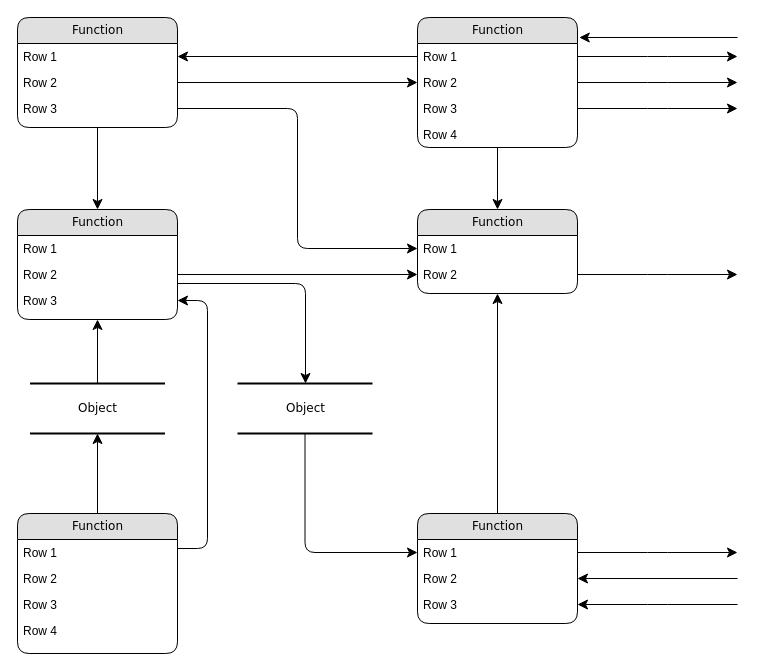
The draw.io diagram Untitled Diagram.drawio in redhorivai/flowdb_auditsemenbaturaja, before the edit. Source tidied: cells renumbered, new cells numbered last; positions are measured from the earlier drawing's top-left corner, leaving out a move shared by most shapes. Both pictures are drawn from the tidied source at 100%, with x=0, y=0 at pixel (17, 17).
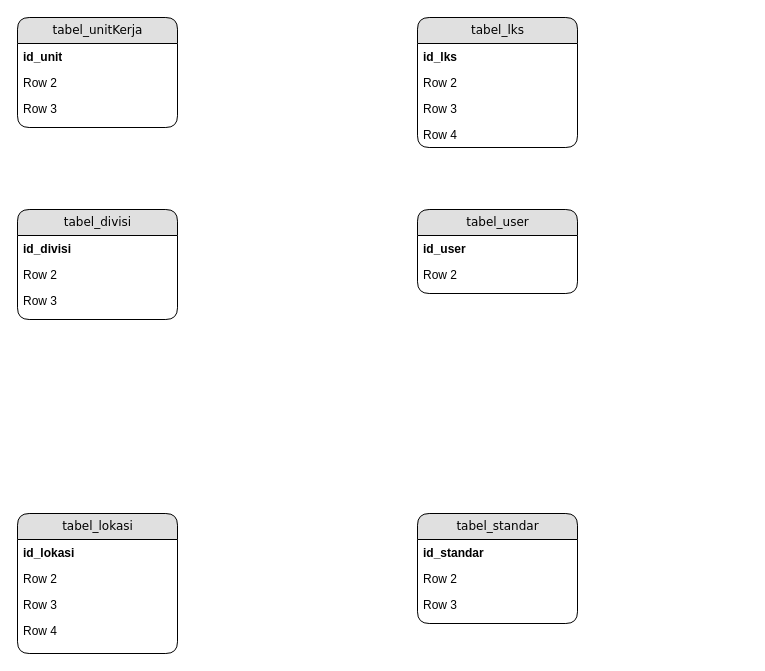
The same page after the edit.

Commit message:
dbflow_audit_semenbaturaja

The change refers to these unchanged cells:
```xml
<mxCell id="5" value="Row 2" style="text;html=1;strokeColor=none;fillColor=none;spacingLeft=4;spacingRight=4;whiteSpace=wrap;overflow=hidden;points=[[0,0.5],[1,0.5]];portConstraint=eastwest;" parent="3" vertex="1">
  <mxGeometry y="52" width="160" height="26" as="geometry" />
</mxCell>
<mxCell id="6" value="Row 3" style="text;html=1;strokeColor=none;fillColor=none;spacingLeft=4;spacingRight=4;whiteSpace=wrap;overflow=hidden;points=[[0,0.5],[1,0.5]];portConstraint=eastwest;" parent="3" vertex="1">
  <mxGeometry y="78" width="160" height="26" as="geometry" />
</mxCell>
<mxCell id="9" value="Row 2" style="text;html=1;strokeColor=none;fillColor=none;spacingLeft=4;spacingRight=4;whiteSpace=wrap;overflow=hidden;points=[[0,0.5],[1,0.5]];portConstraint=eastwest;" parent="7" vertex="1">
  <mxGeometry y="52" width="160" height="26" as="geometry" />
</mxCell>
<mxCell id="10" value="Row 3" style="text;html=1;strokeColor=none;fillColor=none;spacingLeft=4;spacingRight=4;whiteSpace=wrap;overflow=hidden;points=[[0,0.5],[1,0.5]];portConstraint=eastwest;" parent="7" vertex="1">
  <mxGeometry y="78" width="160" height="26" as="geometry" />
</mxCell>
<mxCell id="14" value="Row 2" style="text;html=1;strokeColor=none;fillColor=none;spacingLeft=4;spacingRight=4;whiteSpace=wrap;overflow=hidden;points=[[0,0.5],[1,0.5]];portConstraint=eastwest;" parent="12" vertex="1">
  <mxGeometry y="52" width="160" height="26" as="geometry" />
</mxCell>
<mxCell id="15" value="Row 3" style="text;html=1;strokeColor=none;fillColor=none;spacingLeft=4;spacingRight=4;whiteSpace=wrap;overflow=hidden;points=[[0,0.5],[1,0.5]];portConstraint=eastwest;" parent="12" vertex="1">
  <mxGeometry y="78" width="160" height="26" as="geometry" />
</mxCell>
<mxCell id="23" value="Row 2" style="text;html=1;strokeColor=none;fillColor=none;spacingLeft=4;spacingRight=4;whiteSpace=wrap;overflow=hidden;points=[[0,0.5],[1,0.5]];portConstraint=eastwest;" parent="21" vertex="1">
  <mxGeometry y="52" width="160" height="26" as="geometry" />
</mxCell>
<mxCell id="26" value="Row 2" style="text;html=1;strokeColor=none;fillColor=none;spacingLeft=4;spacingRight=4;whiteSpace=wrap;overflow=hidden;points=[[0,0.5],[1,0.5]];portConstraint=eastwest;" parent="24" vertex="1">
  <mxGeometry y="52" width="160" height="26" as="geometry" />
</mxCell>
<mxCell id="27" value="Row 3" style="text;html=1;strokeColor=none;fillColor=none;spacingLeft=4;spacingRight=4;whiteSpace=wrap;overflow=hidden;points=[[0,0.5],[1,0.5]];portConstraint=eastwest;" parent="24" vertex="1">
  <mxGeometry y="78" width="160" height="26" as="geometry" />
</mxCell>
```

What changed in the source:
```diff
@@
-    <mxCell id="2" value="Object" style="html=1;rounded=0;shadow=0;comic=0;labelBackgroundColor=none;strokeWidth=2;fontFamily=Verdana;fontSize=12;align=center;shape=mxgraph.ios7ui.horLines;" parent="1" vertex="1">
-      <mxGeometry x="12.5" y="366" width="135" height="50" as="geometry" />
-    </mxCell>
-    <mxCell id="3" value="Function" style="swimlane;html=1;fontStyle=0;horizontal=1;startSize=26;fillColor=#e0e0e0;swimlaneFillColor=#ffffff;align=center;rounded=1;shadow=0;comic=0;labelBackgroundColor=none;strokeWidth=1;fontFamily=Verdana;fontSize=12;" parent="1" vertex="1">
+    <mxCell id="3" value="tabel_unitKerja" style="swimlane;html=1;fontStyle=0;horizontal=1;startSize=26;fillColor=#e0e0e0;swimlaneFillColor=#ffffff;align=center;rounded=1;shadow=0;comic=0;labelBackgroundColor=none;strokeWidth=1;fontFamily=Verdana;fontSize=12;" parent="1" vertex="1">
       <mxGeometry width="160" height="110" as="geometry" />
     </mxCell>
-    <mxCell id="4" value="Row 1" style="text;html=1;strokeColor=none;fillColor=none;spacingLeft=4;spacingRight=4;whiteSpace=wrap;overflow=hidden;points=[[0,0.5],[1,0.5]];portConstraint=eastwest;" parent="3" vertex="1">
+    <mxCell id="4" value="&lt;b&gt;id_unit&lt;/b&gt;" style="text;html=1;strokeColor=none;fillColor=none;spacingLeft=4;spacingRight=4;whiteSpace=wrap;overflow=hidden;points=[[0,0.5],[1,0.5]];portConstraint=eastwest;" parent="3" vertex="1">
       <mxGeometry y="26" width="160" height="26" as="geometry" />
     </mxCell>
@@
-    <mxCell id="7" value="Function" style="swimlane;html=1;fontStyle=0;horizontal=1;startSize=26;fillColor=#e0e0e0;swimlaneFillColor=#ffffff;align=center;rounded=1;shadow=0;comic=0;labelBackgroundColor=none;strokeWidth=1;fontFamily=Verdana;fontSize=12;" parent="1" vertex="1">
+    <mxCell id="7" value="tabel_lks" style="swimlane;html=1;fontStyle=0;horizontal=1;startSize=26;fillColor=#e0e0e0;swimlaneFillColor=#ffffff;align=center;rounded=1;shadow=0;comic=0;labelBackgroundColor=none;strokeWidth=1;fontFamily=Verdana;fontSize=12;" parent="1" vertex="1">
       <mxGeometry x="400" width="160" height="130" as="geometry" />
     </mxCell>
-    <mxCell id="8" value="Row 1" style="text;html=1;strokeColor=none;fillColor=none;spacingLeft=4;spacingRight=4;whiteSpace=wrap;overflow=hidden;points=[[0,0.5],[1,0.5]];portConstraint=eastwest;" parent="7" vertex="1">
+    <mxCell id="8" value="&lt;b&gt;id_lks&lt;/b&gt;" style="text;html=1;strokeColor=none;fillColor=none;spacingLeft=4;spacingRight=4;whiteSpace=wrap;overflow=hidden;points=[[0,0.5],[1,0.5]];portConstraint=eastwest;" parent="7" vertex="1">
       <mxGeometry y="26" width="160" height="26" as="geometry" />
     </mxCell>
@@
-    <mxCell id="12" value="Function" style="swimlane;html=1;fontStyle=0;horizontal=1;startSize=26;fillColor=#e0e0e0;swimlaneFillColor=#ffffff;align=center;rounded=1;shadow=0;comic=0;labelBackgroundColor=none;strokeWidth=1;fontFamily=Verdana;fontSize=12;" parent="1" vertex="1">
+    <mxCell id="12" value="tabel_divisi" style="swimlane;html=1;fontStyle=0;horizontal=1;startSize=26;fillColor=#e0e0e0;swimlaneFillColor=#ffffff;align=center;rounded=1;shadow=0;comic=0;labelBackgroundColor=none;strokeWidth=1;fontFamily=Verdana;fontSize=12;" parent="1" vertex="1">
       <mxGeometry y="192" width="160" height="110" as="geometry" />
     </mxCell>
-    <mxCell id="13" value="Row 1" style="text;html=1;strokeColor=none;fillColor=none;spacingLeft=4;spacingRight=4;whiteSpace=wrap;overflow=hidden;" parent="12" vertex="1">
+    <mxCell id="13" value="&lt;b&gt;id_divisi&lt;/b&gt;" style="text;html=1;strokeColor=none;fillColor=none;spacingLeft=4;spacingRight=4;whiteSpace=wrap;overflow=hidden;" parent="12" vertex="1">
       <mxGeometry y="26" width="160" height="26" as="geometry" />
     </mxCell>
@@
-    <mxCell id="16" value="Function" style="swimlane;html=1;fontStyle=0;horizontal=1;startSize=26;fillColor=#e0e0e0;swimlaneFillColor=#ffffff;align=center;rounded=1;shadow=0;comic=0;labelBackgroundColor=none;strokeWidth=1;fontFamily=Verdana;fontSize=12;" parent="1" vertex="1">
+    <mxCell id="16" value="tabel_lokasi" style="swimlane;html=1;fontStyle=0;horizontal=1;startSize=26;fillColor=#e0e0e0;swimlaneFillColor=#ffffff;align=center;rounded=1;shadow=0;comic=0;labelBackgroundColor=none;strokeWidth=1;fontFamily=Verdana;fontSize=12;" parent="1" vertex="1">
       <mxGeometry y="496" width="160" height="140" as="geometry" />
     </mxCell>
-    <mxCell id="17" value="Row 1" style="text;html=1;strokeColor=none;fillColor=none;spacingLeft=4;spacingRight=4;whiteSpace=wrap;overflow=hidden;" parent="16" vertex="1">
+    <mxCell id="17" value="&lt;b&gt;id_lokasi&lt;/b&gt;" style="text;html=1;strokeColor=none;fillColor=none;spacingLeft=4;spacingRight=4;whiteSpace=wrap;overflow=hidden;" parent="16" vertex="1">
       <mxGeometry y="26" width="160" height="26" as="geometry" />
     </mxCell>
@@
-    <mxCell id="21" value="Function" style="swimlane;html=1;fontStyle=0;horizontal=1;startSize=26;fillColor=#e0e0e0;swimlaneFillColor=#ffffff;align=center;rounded=1;shadow=0;comic=0;labelBackgroundColor=none;strokeWidth=1;fontFamily=Verdana;fontSize=12;" parent="1" vertex="1">
+    <mxCell id="21" value="tabel_user" style="swimlane;html=1;fontStyle=0;horizontal=1;startSize=26;fillColor=#e0e0e0;swimlaneFillColor=#ffffff;align=center;rounded=1;shadow=0;comic=0;labelBackgroundColor=none;strokeWidth=1;fontFamily=Verdana;fontSize=12;" parent="1" vertex="1">
       <mxGeometry x="400" y="192" width="160" height="84" as="geometry" />
     </mxCell>
-    <mxCell id="22" value="Row 1" style="text;html=1;strokeColor=none;fillColor=none;spacingLeft=4;spacingRight=4;whiteSpace=wrap;overflow=hidden;points=[[0,0.5],[1,0.5]];portConstraint=eastwest;" parent="21" vertex="1">
+    <mxCell id="22" value="&lt;b&gt;id_user&lt;/b&gt;" style="text;html=1;strokeColor=none;fillColor=none;spacingLeft=4;spacingRight=4;whiteSpace=wrap;overflow=hidden;points=[[0,0.5],[1,0.5]];portConstraint=eastwest;" parent="21" vertex="1">
       <mxGeometry y="26" width="160" height="26" as="geometry" />
     </mxCell>
@@
-    <mxCell id="24" value="Function" style="swimlane;html=1;fontStyle=0;horizontal=1;startSize=26;fillColor=#e0e0e0;swimlaneFillColor=#ffffff;align=center;rounded=1;shadow=0;comic=0;labelBackgroundColor=none;strokeWidth=1;fontFamily=Verdana;fontSize=12;" parent="1" vertex="1">
+    <mxCell id="24" value="tabel_standar" style="swimlane;html=1;fontStyle=0;horizontal=1;startSize=26;fillColor=#e0e0e0;swimlaneFillColor=#ffffff;align=center;rounded=1;shadow=0;comic=0;labelBackgroundColor=none;strokeWidth=1;fontFamily=Verdana;fontSize=12;" parent="1" vertex="1">
       <mxGeometry x="400" y="496" width="160" height="110" as="geometry" />
     </mxCell>
-    <mxCell id="25" value="Row 1" style="text;html=1;strokeColor=none;fillColor=none;spacingLeft=4;spacingRight=4;whiteSpace=wrap;overflow=hidden;points=[[0,0.5],[1,0.5]];portConstraint=eastwest;" parent="24" vertex="1">
+    <mxCell id="25" value="&lt;b&gt;id_standar&lt;/b&gt;" style="text;html=1;strokeColor=none;fillColor=none;spacingLeft=4;spacingRight=4;whiteSpace=wrap;overflow=hidden;points=[[0,0.5],[1,0.5]];portConstraint=eastwest;" parent="24" vertex="1">
       <mxGeometry y="26" width="160" height="26" as="geometry" />
     </mxCell>
@@
-    <mxCell id="28" value="Object" style="html=1;rounded=0;shadow=0;comic=0;labelBackgroundColor=none;strokeWidth=2;fontFamily=Verdana;fontSize=12;align=center;shape=mxgraph.ios7ui.horLines;" parent="1" vertex="1">
-      <mxGeometry x="220" y="366" width="135" height="50" as="geometry" />
-    </mxCell>
-    <mxCell id="29" style="edgeStyle=none;html=1;labelBackgroundColor=none;startFill=0;startSize=8;endFill=1;endSize=8;fontFamily=Verdana;fontSize=12;" parent="1" edge="1" source="16" target="2">
-      <mxGeometry relative="1" as="geometry" />
-    </mxCell>
-    <mxCell id="30" style="edgeStyle=none;html=1;labelBackgroundColor=none;startFill=0;startSize=8;endFill=1;endSize=8;fontFamily=Verdana;fontSize=12;" parent="1" edge="1" source="2" target="12">
-      <mxGeometry relative="1" as="geometry" />
-    </mxCell>
-    <mxCell id="31" style="edgeStyle=orthogonalEdgeStyle;html=1;labelBackgroundColor=none;startFill=0;startSize=8;endFill=1;endSize=8;fontFamily=Verdana;fontSize=12;exitX=1;exitY=0.25;entryX=1;entryY=0.5;" parent="1" edge="1" source="16" target="15">
-      <mxGeometry relative="1" as="geometry">
-        <Array as="points">
-          <mxPoint x="190" y="531" />
-          <mxPoint x="190" y="283" />
-        </Array>
-      </mxGeometry>
-    </mxCell>
-    <mxCell id="32" style="edgeStyle=orthogonalEdgeStyle;html=1;labelBackgroundColor=none;startFill=0;startSize=8;endFill=1;endSize=8;fontFamily=Verdana;fontSize=12;" parent="1" edge="1" source="28" target="25">
-      <mxGeometry x="-0.13" y="32" relative="1" as="geometry" />
-    </mxCell>
-    <mxCell id="33" style="edgeStyle=orthogonalEdgeStyle;html=1;labelBackgroundColor=none;startFill=0;startSize=8;endFill=1;endSize=8;fontFamily=Verdana;fontSize=12;" parent="1" edge="1" source="12" target="28">
-      <mxGeometry relative="1" as="geometry">
-        <Array as="points">
-          <mxPoint x="288" y="266" />
-        </Array>
-      </mxGeometry>
-    </mxCell>
-    <mxCell id="34" style="edgeStyle=orthogonalEdgeStyle;html=1;labelBackgroundColor=none;startFill=0;startSize=8;endFill=1;endSize=8;fontFamily=Verdana;fontSize=12;" parent="1" edge="1" source="3" target="12">
-      <mxGeometry relative="1" as="geometry" />
-    </mxCell>
-    <mxCell id="35" style="edgeStyle=orthogonalEdgeStyle;html=1;labelBackgroundColor=none;startFill=0;startSize=8;endFill=1;endSize=8;fontFamily=Verdana;fontSize=12;" parent="1" edge="1" source="24" target="21">
-      <mxGeometry relative="1" as="geometry" />
-    </mxCell>
-    <mxCell id="36" style="edgeStyle=orthogonalEdgeStyle;html=1;labelBackgroundColor=none;startFill=0;startSize=8;endFill=1;endSize=8;fontFamily=Verdana;fontSize=12;" parent="1" edge="1" source="7" target="21">
-      <mxGeometry relative="1" as="geometry" />
-    </mxCell>
-    <mxCell id="37" style="edgeStyle=orthogonalEdgeStyle;html=1;entryX=0;entryY=0.5;labelBackgroundColor=none;startFill=0;startSize=8;endFill=1;endSize=8;fontFamily=Verdana;fontSize=12;exitX=1;exitY=0.5;" parent="1" edge="1" source="5" target="9">
-      <mxGeometry relative="1" as="geometry" />
-    </mxCell>
-    <mxCell id="38" style="edgeStyle=orthogonalEdgeStyle;html=1;exitX=0;exitY=0.5;entryX=1;entryY=0.5;labelBackgroundColor=none;startFill=0;startSize=8;endFill=1;endSize=8;fontFamily=Verdana;fontSize=12;" parent="1" edge="1" source="8" target="4">
-      <mxGeometry relative="1" as="geometry" />
-    </mxCell>
-    <mxCell id="39" style="edgeStyle=orthogonalEdgeStyle;html=1;exitX=1;exitY=0.5;entryX=0;entryY=0.5;labelBackgroundColor=none;startFill=0;startSize=8;endFill=1;endSize=8;fontFamily=Verdana;fontSize=12;" parent="1" edge="1" source="6" target="22">
-      <mxGeometry relative="1" as="geometry" />
-    </mxCell>
-    <mxCell id="40" style="edgeStyle=orthogonalEdgeStyle;html=1;exitX=1;exitY=0.5;entryX=0;entryY=0.5;labelBackgroundColor=none;startFill=0;startSize=8;endFill=1;endSize=8;fontFamily=Verdana;fontSize=12;" parent="1" edge="1" source="14" target="23">
-      <mxGeometry relative="1" as="geometry" />
-    </mxCell>
-    <mxCell id="41" style="edgeStyle=orthogonalEdgeStyle;html=1;labelBackgroundColor=none;startFill=0;startSize=8;endFill=1;endSize=8;fontFamily=Verdana;fontSize=12;" parent="1" edge="1" source="23">
-      <mxGeometry relative="1" as="geometry">
-        <mxPoint x="720" y="257" as="targetPoint" />
-      </mxGeometry>
-    </mxCell>
-    <mxCell id="42" style="edgeStyle=orthogonalEdgeStyle;html=1;exitX=1;exitY=0.5;labelBackgroundColor=none;startFill=0;startSize=8;endFill=1;endSize=8;fontFamily=Verdana;fontSize=12;" parent="1" edge="1" source="25">
-      <mxGeometry relative="1" as="geometry">
-        <mxPoint x="720" y="535" as="targetPoint" />
-      </mxGeometry>
-    </mxCell>
-    <mxCell id="43" style="edgeStyle=orthogonalEdgeStyle;html=1;labelBackgroundColor=none;startFill=0;startSize=8;endFill=1;endSize=8;fontFamily=Verdana;fontSize=12;entryX=1;entryY=0.5;" parent="1" edge="1" target="26">
-      <mxGeometry relative="1" as="geometry">
-        <mxPoint x="720" y="561" as="sourcePoint" />
-        <Array as="points">
-          <mxPoint x="720" y="561" />
-        </Array>
-      </mxGeometry>
-    </mxCell>
-    <mxCell id="44" style="edgeStyle=orthogonalEdgeStyle;html=1;labelBackgroundColor=none;startFill=0;startSize=8;endFill=1;endSize=8;fontFamily=Verdana;fontSize=12;entryX=1;entryY=0.5;" parent="1" edge="1" target="27">
-      <mxGeometry relative="1" as="geometry">
-        <mxPoint x="720" y="587" as="sourcePoint" />
-        <Array as="points">
-          <mxPoint x="640" y="587" />
-          <mxPoint x="640" y="587" />
-        </Array>
-      </mxGeometry>
-    </mxCell>
-    <mxCell id="45" style="edgeStyle=orthogonalEdgeStyle;html=1;exitX=1;exitY=0.5;labelBackgroundColor=none;startFill=0;startSize=8;endFill=1;endSize=8;fontFamily=Verdana;fontSize=12;" parent="1" edge="1" source="8">
-      <mxGeometry relative="1" as="geometry">
-        <mxPoint x="720" y="39" as="targetPoint" />
-      </mxGeometry>
-    </mxCell>
-    <mxCell id="46" style="edgeStyle=orthogonalEdgeStyle;html=1;exitX=1;exitY=0.5;labelBackgroundColor=none;startFill=0;startSize=8;endFill=1;endSize=8;fontFamily=Verdana;fontSize=12;" parent="1" edge="1" source="9">
-      <mxGeometry relative="1" as="geometry">
-        <mxPoint x="720" y="65" as="targetPoint" />
-      </mxGeometry>
-    </mxCell>
-    <mxCell id="47" style="edgeStyle=orthogonalEdgeStyle;html=1;exitX=1;exitY=0.5;labelBackgroundColor=none;startFill=0;startSize=8;endFill=1;endSize=8;fontFamily=Verdana;fontSize=12;" parent="1" edge="1" source="10">
-      <mxGeometry relative="1" as="geometry">
-        <mxPoint x="720" y="91" as="targetPoint" />
-      </mxGeometry>
-    </mxCell>
-    <mxCell id="48" style="edgeStyle=elbowEdgeStyle;html=1;labelBackgroundColor=none;startFill=0;startSize=8;endFill=1;endSize=8;fontFamily=Verdana;fontSize=12;elbow=vertical;entryX=1.011;entryY=0.152;entryPerimeter=0;" parent="1" edge="1" target="7">
-      <mxGeometry relative="1" as="geometry">
-        <mxPoint x="720" y="20" as="sourcePoint" />
-        <Array as="points">
-          <mxPoint x="650" y="20" />
-        </Array>
-      </mxGeometry>
-    </mxCell>
```
